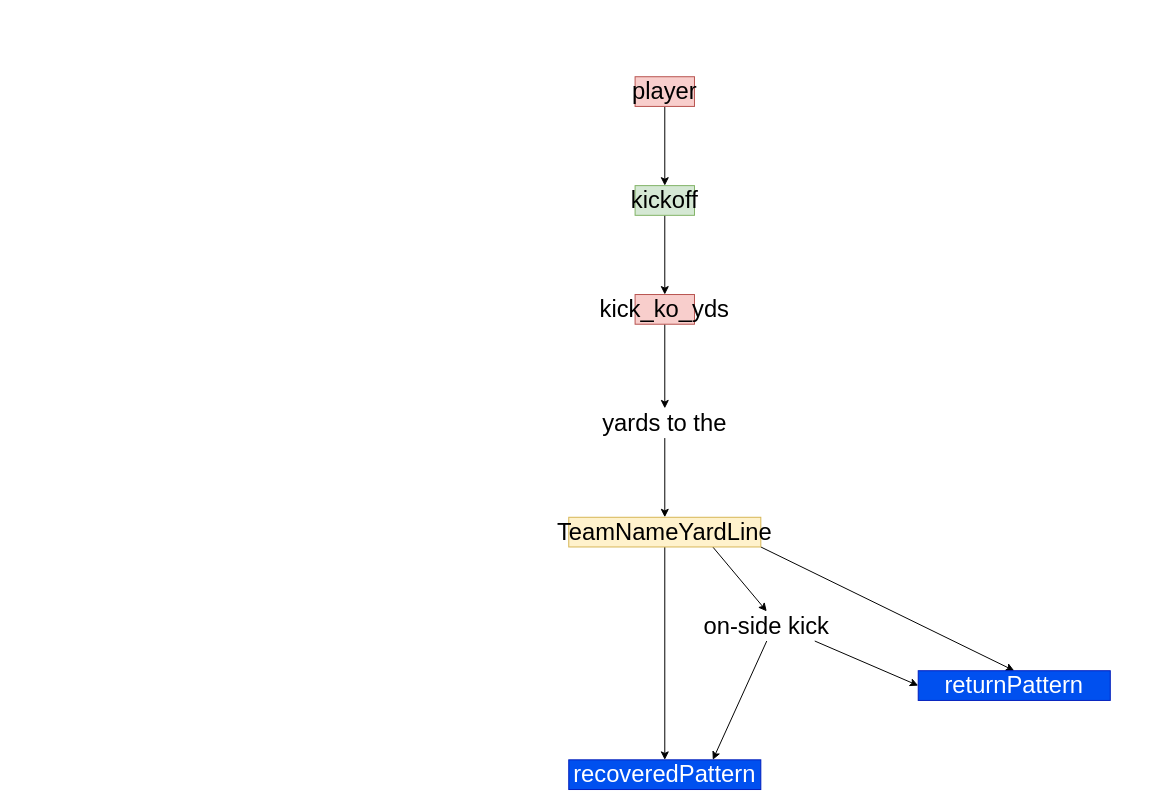
The draw.io diagram text_patterns/kickoff_pattern.drawio in mxch18/GFL_stat_scraping, before the edit. Source tidied: cells renumbered, new cells numbered last; positions are measured from the earlier drawing's top-left corner, leaving out a move shared by most shapes. Both pictures are drawn from the tidied source at 99%, with x=0, y=0 at pixel (568, 76).
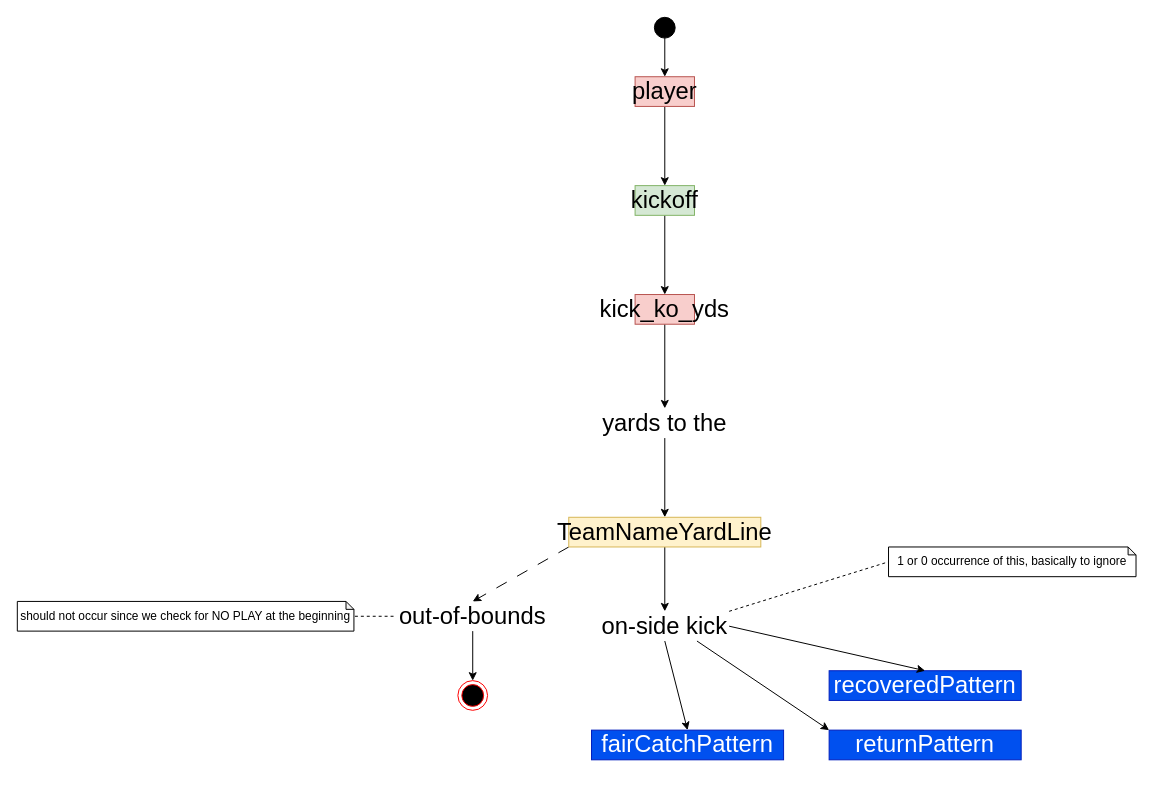
After the change.

Commit message (it also covers changes not shown here):
[DOC] - Modify kickoff pattern description

The change refers to these unchanged cells:
```xml
<mxCell id="3" value="player" style="text;html=1;strokeColor=#b85450;fillColor=#f8cecc;align=center;verticalAlign=middle;whiteSpace=wrap;rounded=0;fontSize=24;" parent="1" vertex="1">
  <mxGeometry x="67" width="60" height="30" as="geometry" />
</mxCell>
<mxCell id="13" value="TeamNameYardLine" style="text;html=1;align=center;verticalAlign=middle;whiteSpace=wrap;rounded=0;fontSize=24;fillColor=#fff2cc;strokeColor=#d6b656;" parent="1" vertex="1">
  <mxGeometry y="445" width="194" height="30" as="geometry" />
</mxCell>
```

The edit, as a diff of the source:
```diff
@@
-    <mxCell id="10" style="edgeStyle=none;rounded=0;jettySize=auto;html=1;exitX=1;exitY=1;exitDx=0;exitDy=0;entryX=0.5;entryY=0;entryDx=0;entryDy=0;fontSize=24;" parent="1" edge="1" source="13" target="14">
-      <mxGeometry relative="1" as="geometry" />
-    </mxCell>
-    <mxCell id="11" style="edgeStyle=none;rounded=0;jettySize=auto;html=1;exitX=0.5;exitY=1;exitDx=0;exitDy=0;entryX=0.5;entryY=0;entryDx=0;entryDy=0;fontSize=24;" parent="1" edge="1" source="13" target="15">
-      <mxGeometry relative="1" as="geometry" />
-    </mxCell>
+    <mxCell id="19" style="edgeStyle=none;rounded=0;jettySize=auto;html=1;exitX=0;exitY=1;exitDx=0;exitDy=0;entryX=0.5;entryY=0;entryDx=0;entryDy=0;dashed=1;dashPattern=12 12;" parent="1" edge="1" source="13" target="25">
+      <mxGeometry relative="1" as="geometry" />
+    </mxCell>
-    <mxCell id="12" style="edgeStyle=none;rounded=0;jettySize=auto;html=1;exitX=0.75;exitY=1;exitDx=0;exitDy=0;entryX=0.5;entryY=0;entryDx=0;entryDy=0;fontSize=24;" parent="1" edge="1" source="13" target="18">
+    <mxCell id="12" style="edgeStyle=none;rounded=0;jettySize=auto;html=1;exitX=0.5;exitY=1;exitDx=0;exitDy=0;entryX=0.5;entryY=0;entryDx=0;entryDy=0;" parent="1" edge="1" source="13" target="18">
       <mxGeometry relative="1" as="geometry" />
     </mxCell>
@@
     <mxCell id="14" value="returnPattern" style="text;html=1;align=center;verticalAlign=middle;whiteSpace=wrap;rounded=0;fontSize=24;fillColor=#0050ef;fontColor=#ffffff;strokeColor=#001DBC;" parent="1" vertex="1">
-      <mxGeometry x="353" y="600" width="194" height="30" as="geometry" />
+      <mxGeometry x="263" y="660" width="194" height="30" as="geometry" />
     </mxCell>
     <mxCell id="15" value="recoveredPattern" style="text;html=1;align=center;verticalAlign=middle;whiteSpace=wrap;rounded=0;fontSize=24;fillColor=#0050ef;fontColor=#ffffff;strokeColor=#001DBC;" parent="1" vertex="1">
-      <mxGeometry y="690" width="194" height="30" as="geometry" />
+      <mxGeometry x="263" y="600" width="194" height="30" as="geometry" />
     </mxCell>
-    <mxCell id="16" style="edgeStyle=none;rounded=0;jettySize=auto;html=1;exitX=0.5;exitY=1;exitDx=0;exitDy=0;entryX=0.75;entryY=0;entryDx=0;entryDy=0;fontSize=24;" parent="1" edge="1" source="18" target="15">
+    <mxCell id="16" style="edgeStyle=none;rounded=0;jettySize=auto;html=1;exitX=1;exitY=0.5;exitDx=0;exitDy=0;entryX=0.5;entryY=0;entryDx=0;entryDy=0;" parent="1" edge="1" source="18" target="15">
       <mxGeometry relative="1" as="geometry" />
     </mxCell>
+    <mxCell id="20" style="edgeStyle=none;rounded=0;jettySize=auto;html=1;exitX=0.5;exitY=1;exitDx=0;exitDy=0;entryX=0.5;entryY=0;entryDx=0;entryDy=0;" parent="1" edge="1" source="18" target="22">
+      <mxGeometry relative="1" as="geometry" />
+    </mxCell>
-    <mxCell id="17" style="edgeStyle=none;rounded=0;jettySize=auto;html=1;exitX=0.75;exitY=1;exitDx=0;exitDy=0;entryX=0;entryY=0.5;entryDx=0;entryDy=0;fontSize=24;" parent="1" edge="1" source="18" target="14">
+    <mxCell id="17" style="edgeStyle=none;rounded=0;jettySize=auto;html=1;exitX=0.75;exitY=1;exitDx=0;exitDy=0;entryX=0;entryY=0;entryDx=0;entryDy=0;" parent="1" edge="1" source="18" target="14">
       <mxGeometry relative="1" as="geometry" />
     </mxCell>
+    <mxCell id="21" style="edgeStyle=none;rounded=0;jettySize=auto;html=1;exitX=1;exitY=0;exitDx=0;exitDy=0;entryX=0;entryY=0.5;entryDx=0;entryDy=0;entryPerimeter=0;endArrow=none;endFill=0;dashed=1;" parent="1" edge="1" source="18" target="30">
+      <mxGeometry relative="1" as="geometry" />
+    </mxCell>
     <mxCell id="18" value="on-side kick" style="text;html=1;align=center;verticalAlign=middle;whiteSpace=wrap;rounded=0;fontSize=24;" parent="1" vertex="1">
-      <mxGeometry x="103" y="540" width="194" height="30" as="geometry" />
+      <mxGeometry x="32" y="540" width="130" height="30" as="geometry" />
     </mxCell>
+    <mxCell id="22" value="fairCatchPattern" style="text;html=1;align=center;verticalAlign=middle;whiteSpace=wrap;rounded=0;fontSize=24;fillColor=#0050ef;fontColor=#ffffff;strokeColor=#001DBC;" parent="1" vertex="1">
+      <mxGeometry x="23" y="660" width="194" height="30" as="geometry" />
+    </mxCell>
+    <mxCell id="23" style="edgeStyle=none;rounded=0;jettySize=auto;html=1;exitX=0.5;exitY=1;exitDx=0;exitDy=0;entryX=0.5;entryY=0;entryDx=0;entryDy=0;" parent="1" edge="1" source="25" target="28">
+      <mxGeometry relative="1" as="geometry" />
+    </mxCell>
+    <mxCell id="24" style="edgeStyle=none;rounded=0;jettySize=auto;html=1;endArrow=none;endFill=0;dashed=1;" parent="1" edge="1" source="25" target="29">
+      <mxGeometry relative="1" as="geometry" />
+    </mxCell>
+    <mxCell id="25" value="out-of-bounds" style="text;html=1;align=center;verticalAlign=middle;whiteSpace=wrap;rounded=0;fontSize=24;" parent="1" vertex="1">
+      <mxGeometry x="-177" y="530" width="160" height="30" as="geometry" />
+    </mxCell>
+    <mxCell id="26" style="edgeStyle=none;rounded=0;jettySize=auto;html=1;" parent="1" edge="1" source="27" target="3">
+      <mxGeometry relative="1" as="geometry" />
+    </mxCell>
+    <mxCell id="27" style="ellipse;whiteSpace=wrap;html=1;fillColor=#000000;" parent="1" vertex="1">
+      <mxGeometry x="86.5" y="-60" width="21" height="21" as="geometry" />
+    </mxCell>
+    <mxCell id="28" style="ellipse;html=1;shape=endState;fillColor=#000000;strokeColor=#ff0000;" parent="1" vertex="1">
+      <mxGeometry x="-112" y="610" width="30" height="30" as="geometry" />
+    </mxCell>
+    <mxCell id="29" value="should not occur since we check for NO PLAY at the beginning" style="shape=note;whiteSpace=wrap;html=1;backgroundOutline=1;darkOpacity=0.05;size=8;" parent="1" vertex="1">
+      <mxGeometry x="-557" y="530" width="340" height="30" as="geometry" />
+    </mxCell>
+    <mxCell id="30" value="1 or 0 occurrence of this, basically to ignore" style="shape=note;whiteSpace=wrap;html=1;backgroundOutline=1;darkOpacity=0.05;size=8;" parent="1" vertex="1">
+      <mxGeometry x="323" y="475" width="250" height="30" as="geometry" />
+    </mxCell>
```
